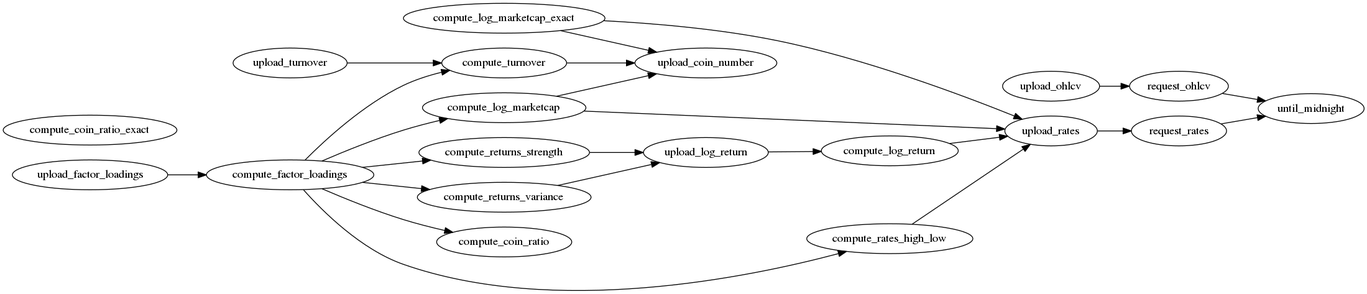
The Graphviz diagram graph.png in etaleinc/coinAPI-data, before a commit. Its source is kept beside it as graph.dot.
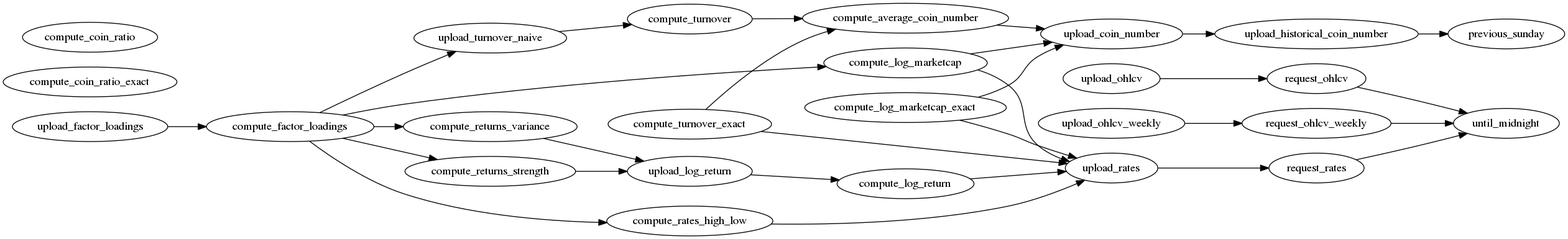
The same diagram one commit later.

Change to the diagram source:
```diff
@@ -1,28 +1,34 @@
 digraph G {
 rankdir=LR
+compute_turnover_exact -> compute_average_coin_number;
+compute_turnover_exact -> upload_rates;
+compute_turnover -> compute_average_coin_number;
+upload_ohlcv -> request_ohlcv;
+request_ohlcv -> until_midnight;
+upload_factor_loadings -> compute_factor_loadings;
 compute_rates_high_low -> upload_rates;
-compute_log_return -> upload_rates;
+previous_sunday;
+upload_ohlcv_weekly -> request_ohlcv_weekly;
+request_ohlcv_weekly -> until_midnight;
 compute_log_marketcap_exact -> upload_coin_number;
 compute_log_marketcap_exact -> upload_rates;
-compute_coin_ratio;
-compute_log_marketcap -> upload_coin_number;
-compute_log_marketcap -> upload_rates;
-compute_turnover -> upload_coin_number;
-upload_ohlcv -> request_ohlcv;
-request_ohlcv -> until_midnight;
-upload_turnover -> compute_turnover;
-upload_coin_number;
 request_rates -> until_midnight;
 upload_rates -> request_rates;
 compute_coin_ratio_exact;
+compute_returns_strength -> upload_log_return;
+compute_average_coin_number -> upload_coin_number;
+compute_coin_ratio;
+upload_coin_number -> upload_historical_coin_number;
+compute_log_return -> upload_rates;
+compute_factor_loadings -> compute_log_marketcap;
+compute_factor_loadings -> compute_returns_variance;
 compute_factor_loadings -> compute_rates_high_low;
-compute_factor_loadings -> compute_coin_ratio;
-compute_factor_loadings -> compute_log_marketcap;
-compute_factor_loadings -> compute_turnover;
-compute_factor_loadings -> compute_returns_variance;
+compute_factor_loadings -> upload_turnover_naive;
 compute_factor_loadings -> compute_returns_strength;
+compute_log_marketcap -> upload_coin_number;
+compute_log_marketcap -> upload_rates;
+compute_returns_variance -> upload_log_return;
+upload_turnover_naive -> compute_turnover;
+upload_historical_coin_number -> previous_sunday;
 upload_log_return -> compute_log_return;
-compute_returns_strength -> upload_log_return;
-compute_returns_variance -> upload_log_return;
-upload_factor_loadings -> compute_factor_loadings;
 }
```
